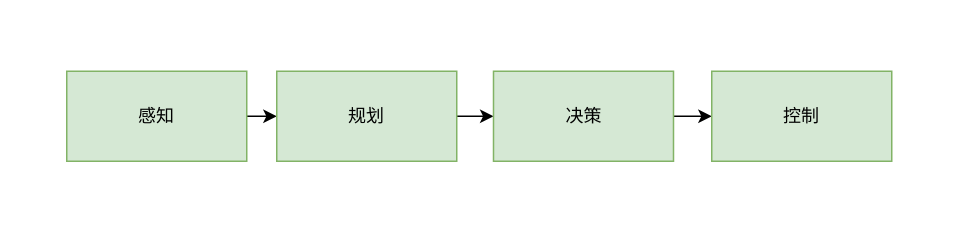
Above: nudt.drawio in RoboDD/my-flow-chart (draw.io), before the change. Source tidied: cells renumbered, new cells numbered last; positions are measured from the earlier drawing's top-left corner, leaving out a move shared by most shapes. Both pictures are drawn from the tidied source at 150%, with x=0, y=0 at pixel (66, 70).
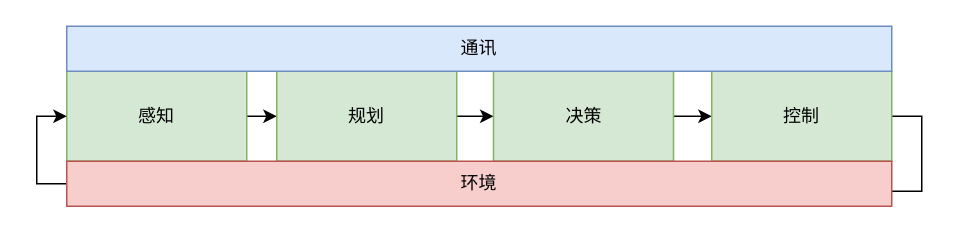
Above is the later version.

Diff of the diagram source:
```diff
@@
 <mxGraphModel>
   <root>
     <mxCell id="0" />
     <mxCell id="1" parent="0" />
     <mxCell id="2" style="edgeStyle=orthogonalEdgeStyle;rounded=0;jettySize=auto;html=1;exitX=1;exitY=0.5;exitDx=0;exitDy=0;entryX=0;entryY=0.5;entryDx=0;entryDy=0;" parent="1" edge="1" source="3" target="5">
       <mxGeometry relative="1" as="geometry" />
     </mxCell>
     <mxCell id="3" value="感知" style="rounded=0;whiteSpace=wrap;html=1;fillColor=#d5e8d4;strokeColor=#82b366;" parent="1" vertex="1">
       <mxGeometry width="120" height="60" as="geometry" />
     </mxCell>
     <mxCell id="4" style="edgeStyle=orthogonalEdgeStyle;rounded=0;jettySize=auto;html=1;exitX=1;exitY=0.5;exitDx=0;exitDy=0;entryX=0;entryY=0.5;entryDx=0;entryDy=0;" parent="1" edge="1" source="5" target="7">
       <mxGeometry relative="1" as="geometry" />
     </mxCell>
     <mxCell id="5" value="规划" style="rounded=0;whiteSpace=wrap;html=1;fillColor=#d5e8d4;strokeColor=#82b366;" parent="1" vertex="1">
       <mxGeometry x="140" width="120" height="60" as="geometry" />
     </mxCell>
     <mxCell id="6" style="edgeStyle=orthogonalEdgeStyle;rounded=0;jettySize=auto;html=1;exitX=1;exitY=0.5;exitDx=0;exitDy=0;entryX=0;entryY=0.5;entryDx=0;entryDy=0;" parent="1" edge="1" source="7" target="8">
       <mxGeometry relative="1" as="geometry" />
     </mxCell>
     <mxCell id="7" value="决策" style="rounded=0;whiteSpace=wrap;html=1;fillColor=#d5e8d4;strokeColor=#82b366;" parent="1" vertex="1">
       <mxGeometry x="284.5" width="120" height="60" as="geometry" />
     </mxCell>
+    <mxCell id="9" style="edgeStyle=orthogonalEdgeStyle;rounded=0;jettySize=auto;html=1;exitX=1;exitY=0.5;exitDx=0;exitDy=0;entryX=1;entryY=0.5;entryDx=0;entryDy=0;" parent="1" edge="1" source="8" target="12">
+      <mxGeometry relative="1" as="geometry" />
+    </mxCell>
     <mxCell id="8" value="控制" style="rounded=0;whiteSpace=wrap;html=1;fillColor=#d5e8d4;strokeColor=#82b366;" parent="1" vertex="1">
       <mxGeometry x="430" width="120" height="60" as="geometry" />
     </mxCell>
+    <mxCell id="10" value="通讯" style="rounded=0;whiteSpace=wrap;html=1;fillColor=#dae8fc;strokeColor=#6c8ebf;" parent="1" vertex="1">
+      <mxGeometry y="-30" width="550" height="30" as="geometry" />
+    </mxCell>
+    <mxCell id="11" style="edgeStyle=orthogonalEdgeStyle;rounded=0;jettySize=auto;html=1;exitX=0;exitY=0.5;exitDx=0;exitDy=0;entryX=0;entryY=0.5;entryDx=0;entryDy=0;" parent="1" edge="1" source="12" target="3">
+      <mxGeometry relative="1" as="geometry" />
+    </mxCell>
+    <mxCell id="12" value="环境" style="rounded=0;whiteSpace=wrap;html=1;fillColor=#f8cecc;strokeColor=#b85450;" parent="1" vertex="1">
+      <mxGeometry y="60" width="550" height="30" as="geometry" />
+    </mxCell>
   </root>
 </mxGraphModel>
```
